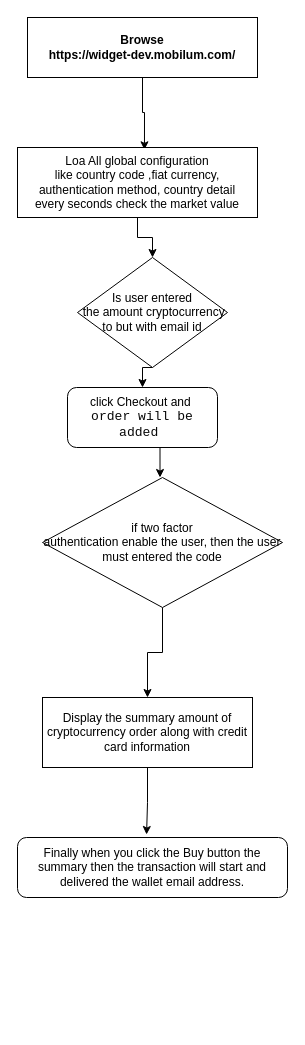
The draw.io diagram Untitled Diagram.drawio in addisalemtafere/fieldReporter, before the edit. Source tidied: cells renumbered, new cells numbered last; positions are measured from the earlier drawing's top-left corner, leaving out a move shared by most shapes. Both pictures are drawn from the tidied source at 100%, with x=0, y=0 at pixel (17, 17).
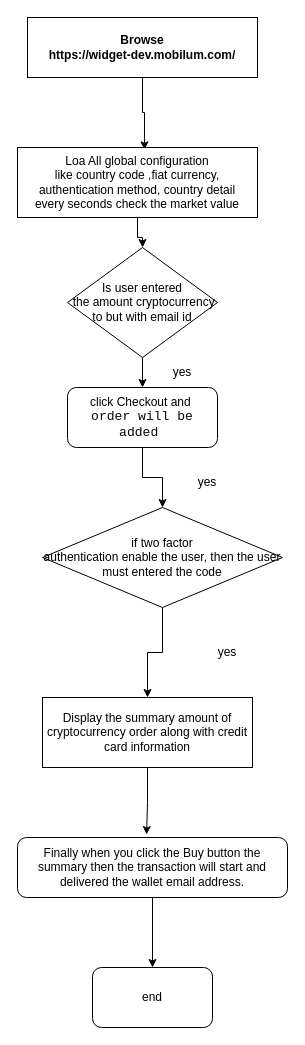
Above is the later version.

What changed in the source:
```diff
@@
 <mxGraphModel>
   <root>
     <mxCell id="0" />
     <mxCell id="1" parent="0" />
     <mxCell id="2" style="edgeStyle=orthogonalEdgeStyle;rounded=0;jettySize=auto;html=1;exitX=0.5;exitY=1;exitDx=0;exitDy=0;entryX=0.529;entryY=0.033;entryDx=0;entryDy=0;entryPerimeter=0;" parent="1" edge="1" source="3" target="5">
       <mxGeometry relative="1" as="geometry" />
     </mxCell>
     <mxCell id="3" value="&lt;b&gt;Browse&lt;br&gt;https://widget-dev.mobilum.com/&lt;/b&gt;" style="rounded=0;whiteSpace=wrap;html=1;" parent="1" vertex="1">
       <mxGeometry x="10" width="230" height="60" as="geometry" />
     </mxCell>
     <mxCell id="4" style="edgeStyle=orthogonalEdgeStyle;rounded=0;jettySize=auto;html=1;entryX=0.5;entryY=0;entryDx=0;entryDy=0;" parent="1" edge="1" source="5" target="7">
       <mxGeometry relative="1" as="geometry" />
     </mxCell>
     <mxCell id="5" value="Loa All global configuration&lt;br&gt;like country code ,fiat currency, authentication method, country detail&lt;br&gt;every seconds check the market value" style="rounded=0;whiteSpace=wrap;html=1;" parent="1" vertex="1">
       <mxGeometry y="130" width="240" height="70" as="geometry" />
     </mxCell>
     <mxCell id="6" style="edgeStyle=orthogonalEdgeStyle;rounded=0;jettySize=auto;html=1;exitX=0.5;exitY=1;exitDx=0;exitDy=0;entryX=0.5;entryY=0;entryDx=0;entryDy=0;" parent="1" edge="1" source="7" target="9">
       <mxGeometry relative="1" as="geometry" />
     </mxCell>
     <mxCell id="7" value="Is user entered&lt;br&gt;&amp;nbsp;the amount cryptocurrency to but with email id" style="rhombus;whiteSpace=wrap;html=1;" parent="1" vertex="1">
-      <mxGeometry x="60" y="240" width="150" height="110" as="geometry" />
+      <mxGeometry x="50" y="230" width="150" height="110" as="geometry" />
     </mxCell>
-    <mxCell id="8" style="edgeStyle=orthogonalEdgeStyle;rounded=0;jettySize=auto;html=1;exitX=0.5;exitY=1;exitDx=0;exitDy=0;entryX=0.5;entryY=0;entryDx=0;entryDy=0;" parent="1" edge="1" source="9">
-      <mxGeometry relative="1" as="geometry">
-        <mxPoint x="142.5" y="460" as="targetPoint" />
-      </mxGeometry>
+    <mxCell id="8" style="edgeStyle=orthogonalEdgeStyle;rounded=0;jettySize=auto;html=1;exitX=0.5;exitY=1;exitDx=0;exitDy=0;entryX=0.5;entryY=0;entryDx=0;entryDy=0;" parent="1" edge="1" source="9" target="11">
+      <mxGeometry relative="1" as="geometry" />
     </mxCell>
     <mxCell id="9" value="click Checkout and&amp;nbsp;&lt;br&gt;&lt;font color=&quot;#080808&quot; face=&quot;Fira Code, monospace&quot;&gt;&lt;span style=&quot;font-size: 13.0667px ; background-color: rgb(255 , 255 , 255)&quot;&gt;order will be added&lt;/span&gt;&lt;/font&gt;&amp;nbsp;&amp;nbsp;" style="rounded=1;whiteSpace=wrap;html=1;" parent="1" vertex="1">
       <mxGeometry x="50" y="370" width="150" height="60" as="geometry" />
     </mxCell>
     <mxCell id="10" style="edgeStyle=orthogonalEdgeStyle;rounded=0;jettySize=auto;html=1;entryX=0.5;entryY=0;entryDx=0;entryDy=0;" parent="1" edge="1" source="11" target="13">
       <mxGeometry relative="1" as="geometry" />
     </mxCell>
     <mxCell id="11" value="if two factor&lt;br&gt;authentication enable the user, then the user must entered the code" style="rhombus;whiteSpace=wrap;html=1;" parent="1" vertex="1">
-      <mxGeometry x="25" y="460" width="240" height="130" as="geometry" />
+      <mxGeometry x="25" y="490" width="240" height="100" as="geometry" />
     </mxCell>
     <mxCell id="12" style="edgeStyle=orthogonalEdgeStyle;rounded=0;jettySize=auto;html=1;entryX=0.478;entryY=-0.05;entryDx=0;entryDy=0;entryPerimeter=0;" parent="1" edge="1" source="13" target="14">
       <mxGeometry relative="1" as="geometry" />
     </mxCell>
     <mxCell id="13" value="Display the summary amount of cryptocurrency order along with credit card information" style="rounded=0;whiteSpace=wrap;html=1;" parent="1" vertex="1">
       <mxGeometry x="25" y="680" width="210" height="70" as="geometry" />
     </mxCell>
+    <mxCell id="15" style="edgeStyle=orthogonalEdgeStyle;rounded=0;jettySize=auto;html=1;entryX=0.5;entryY=0;entryDx=0;entryDy=0;fontFamily=Helvetica;" parent="1" edge="1" source="14" target="17">
+      <mxGeometry relative="1" as="geometry" />
+    </mxCell>
     <mxCell id="14" value="Finally when you click the Buy button the summary then the transaction will start and delivered the wallet email address." style="rounded=1;whiteSpace=wrap;html=1;" parent="1" vertex="1">
       <mxGeometry y="820" width="270" height="60" as="geometry" />
     </mxCell>
+    <mxCell id="16" value="yes" style="text;html=1;strokeColor=none;fillColor=none;align=center;verticalAlign=middle;whiteSpace=wrap;rounded=0;fontFamily=Helvetica;" parent="1" vertex="1">
+      <mxGeometry x="180" y="620" width="60" height="30" as="geometry" />
+    </mxCell>
+    <mxCell id="17" value="end" style="rounded=1;whiteSpace=wrap;html=1;fontFamily=Helvetica;" parent="1" vertex="1">
+      <mxGeometry x="75" y="950" width="120" height="60" as="geometry" />
+    </mxCell>
+    <mxCell id="18" value="yes" style="text;html=1;strokeColor=none;fillColor=none;align=center;verticalAlign=middle;whiteSpace=wrap;rounded=0;fontFamily=Helvetica;" parent="1" vertex="1">
+      <mxGeometry x="135" y="340" width="60" height="30" as="geometry" />
+    </mxCell>
+    <mxCell id="19" value="yes" style="text;html=1;strokeColor=none;fillColor=none;align=center;verticalAlign=middle;whiteSpace=wrap;rounded=0;fontFamily=Helvetica;" parent="1" vertex="1">
+      <mxGeometry x="160" y="440" width="60" height="50" as="geometry" />
+    </mxCell>
   </root>
 </mxGraphModel>
```
